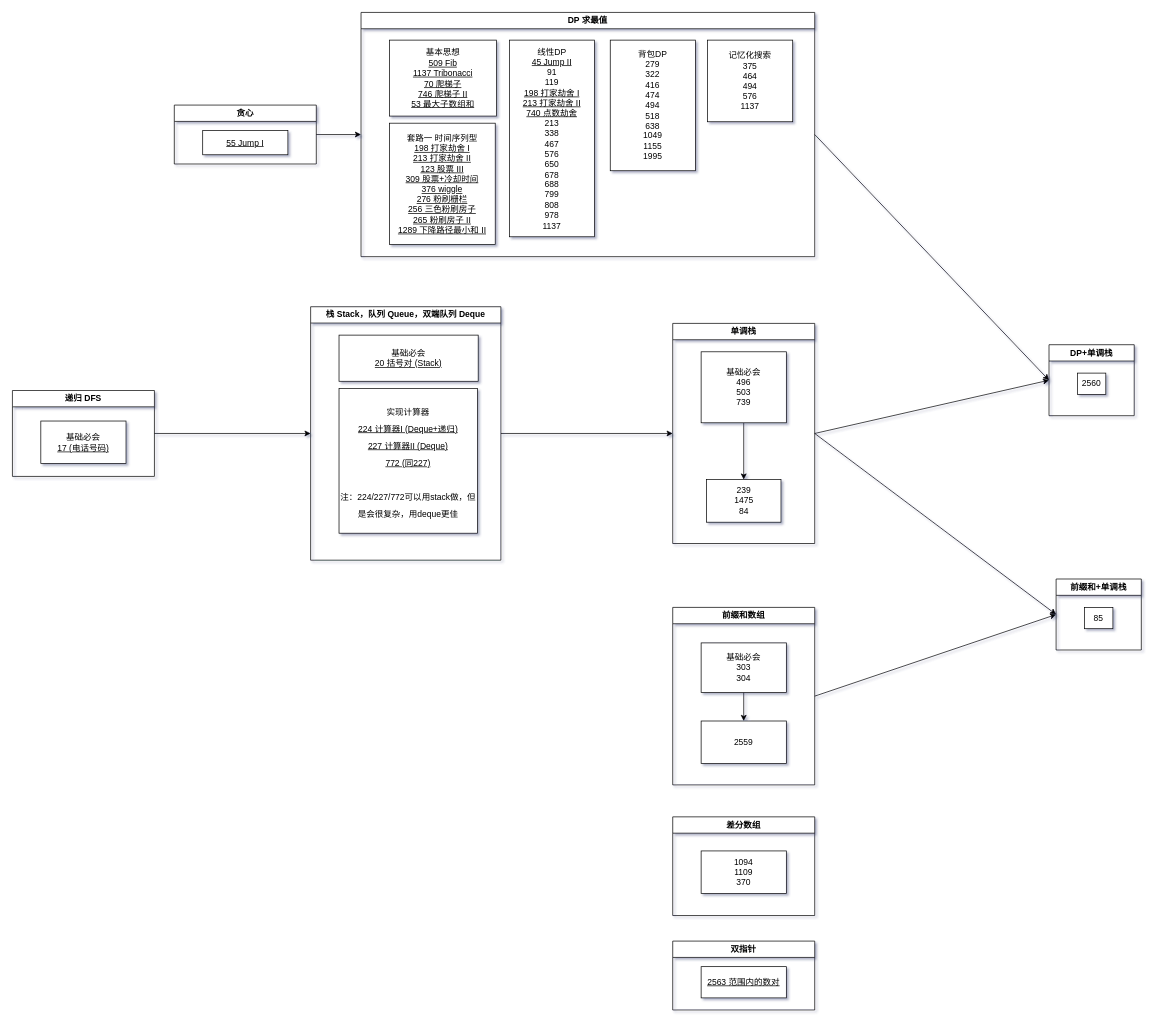
The draw.io diagram drawio/map.drawio in jssonx/algo-playground, before the edit. Source tidied: cells renumbered, new cells numbered last; positions are measured from the earlier drawing's top-left corner, leaving out a move shared by most shapes. Both pictures are drawn from the tidied source at 71%, with x=0, y=0 at pixel (12, 12).
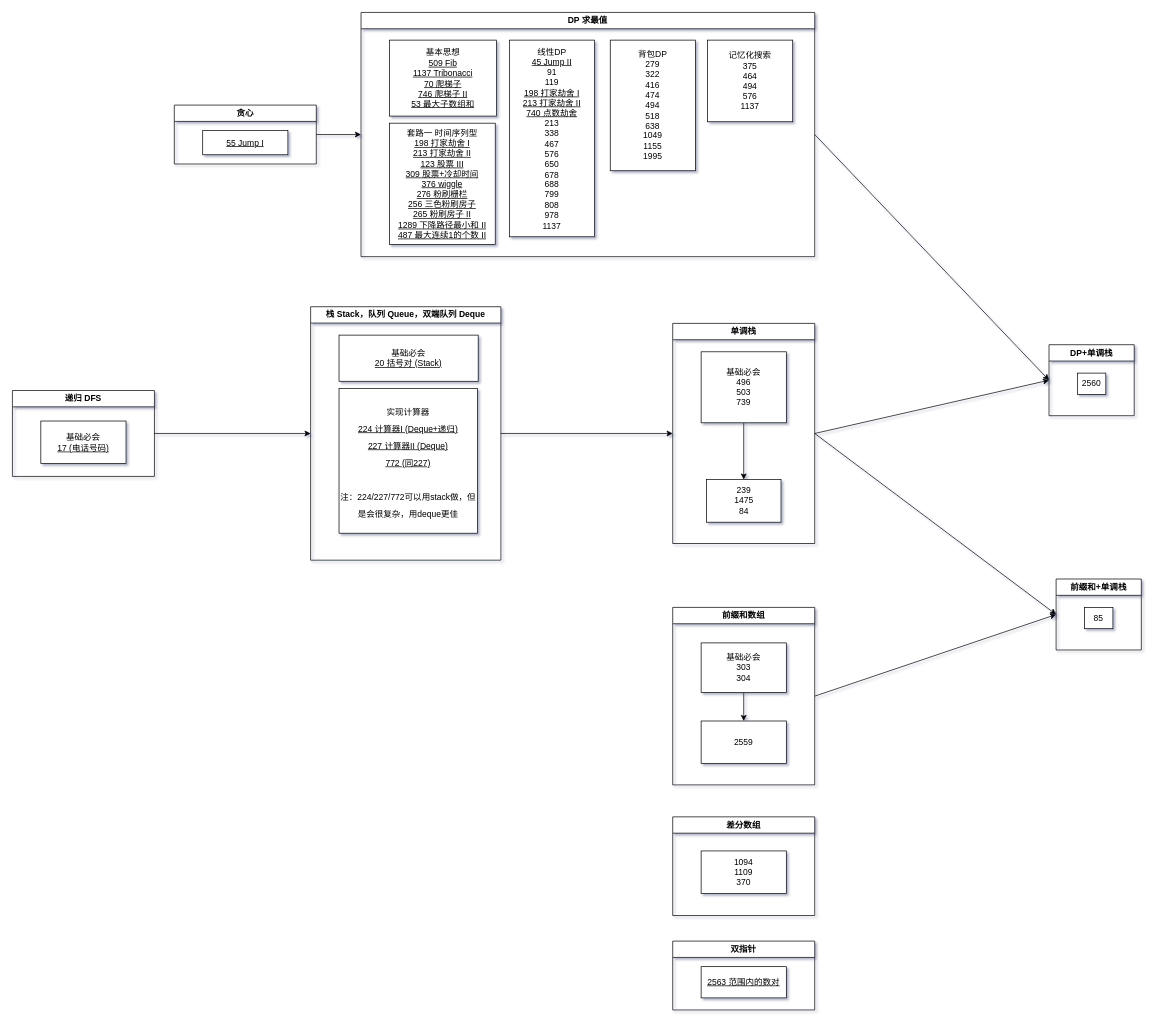
Above is the later version.

Unchanged cells that the change refers to:
```xml
<mxCell id="18" value="DP 求最值" style="swimlane;whiteSpace=wrap;html=1;rounded=0;" parent="1" vertex="1">
  <mxGeometry x="491" width="639" height="344" as="geometry" />
</mxCell>
```

Diff of the diagram source:
```diff
@@
-    <mxCell id="22" value="套路一 时间序列型&lt;br&gt;&lt;u&gt;198 打家劫舍 I&lt;/u&gt;&lt;br&gt;&lt;u&gt;213 打家劫舍 II&lt;/u&gt;&lt;br&gt;&lt;u&gt;123 股票 III&lt;br&gt;309 股票+冷却时间&lt;br&gt;376 wiggle&lt;br&gt;276 粉刷栅栏&lt;br&gt;256 三色粉刷房子&lt;br&gt;265 粉刷房子 II&lt;br&gt;1289 下降路径最小和 II&lt;br&gt;&lt;/u&gt;" style="whiteSpace=wrap;html=1;" parent="18" vertex="1">
+    <mxCell id="22" value="套路一 时间序列型&lt;br&gt;&lt;u&gt;198 打家劫舍 I&lt;/u&gt;&lt;br&gt;&lt;u&gt;213 打家劫舍 II&lt;/u&gt;&lt;br&gt;&lt;u&gt;123 股票 III&lt;br&gt;309 股票+冷却时间&lt;br&gt;376 wiggle&lt;br&gt;276 粉刷栅栏&lt;br&gt;256 三色粉刷房子&lt;br&gt;265 粉刷房子 II&lt;br&gt;1289 下降路径最小和 II&lt;br&gt;487 最大连续1的个数 II&lt;br&gt;&lt;/u&gt;" style="whiteSpace=wrap;html=1;" parent="18" vertex="1">
       <mxGeometry x="40" y="156" width="149" height="171" as="geometry" />
     </mxCell>
```
